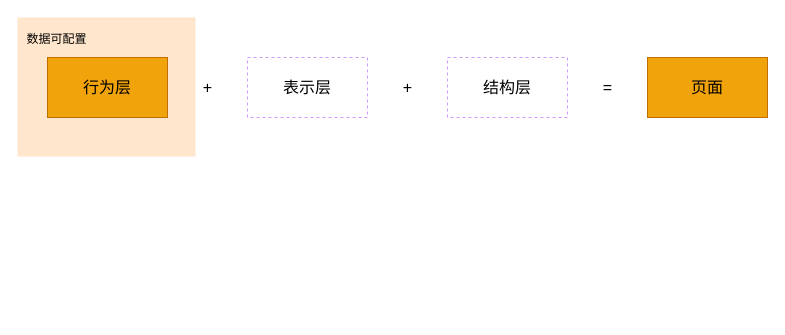
Earlier version of the draw.io diagram page "配置平台4" (8 of 12) of Untitled Diagram.drawio (zyx1992/hexoDocs). Source tidied: cells renumbered, new cells numbered last; positions are measured from the earlier drawing's top-left corner, leaving out a move shared by most shapes. Both pictures are drawn from the tidied source at 100%, with x=0, y=0 at pixel (17, 17).
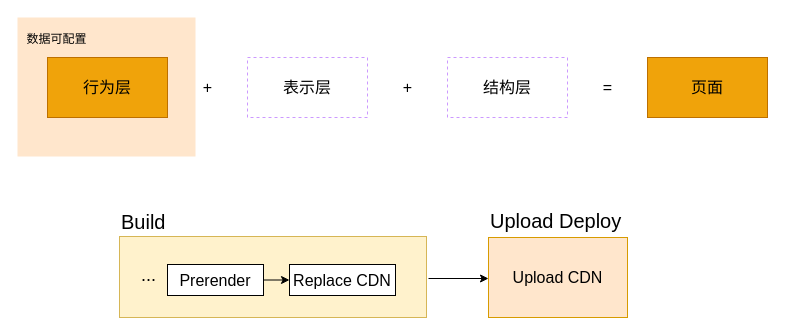
The same diagram, later.

What changed in the source:
```diff
@@
+    <mxCell id="11" style="rounded=0;whiteSpace=wrap;html=1;strokeWidth=1;fontSize=16;fillColor=#fff2cc;strokeColor=#d6b656;" parent="1" vertex="1">
+      <mxGeometry x="102" y="219" width="307" height="81" as="geometry" />
+    </mxCell>
+    <mxCell id="12" value="Prerender" style="rounded=0;whiteSpace=wrap;html=1;strokeWidth=1;fontSize=16;" parent="1" vertex="1">
+      <mxGeometry x="150" y="247" width="96" height="31" as="geometry" />
+    </mxCell>
+    <mxCell id="13" value="&lt;font color=&quot;#000000&quot; style=&quot;font-size: 18px&quot;&gt;...&lt;/font&gt;" style="text;html=1;strokeColor=none;fillColor=none;align=center;verticalAlign=middle;whiteSpace=wrap;rounded=0;fontSize=15;fontColor=#FF9933;" parent="1" vertex="1">
+      <mxGeometry x="100" y="247" width="63" height="22" as="geometry" />
+    </mxCell>
+    <mxCell id="14" value="Replace CDN" style="rounded=0;whiteSpace=wrap;html=1;strokeWidth=1;fontSize=16;" parent="1" vertex="1">
+      <mxGeometry x="272" y="247" width="106" height="31" as="geometry" />
+    </mxCell>
+    <mxCell id="15" value="Upload CDN" style="rounded=0;whiteSpace=wrap;html=1;strokeWidth=1;fillColor=#ffe6cc;fontSize=16;strokeColor=#d79b00;" parent="1" vertex="1">
+      <mxGeometry x="471" y="220" width="139" height="80" as="geometry" />
+    </mxCell>
+    <mxCell id="16" style="endArrow=classic;html=1;fontSize=15;fontColor=#FF9933;exitX=1;exitY=0.5;exitDx=0;exitDy=0;entryX=0;entryY=0.5;entryDx=0;entryDy=0;" parent="1" edge="1" source="12" target="14">
+      <mxGeometry relative="1" as="geometry" />
+    </mxCell>
+    <mxCell id="17" style="endArrow=classic;html=1;fontSize=15;fontColor=#FF9933;" parent="1" edge="1">
+      <mxGeometry relative="1" as="geometry">
+        <mxPoint x="411" y="261" as="sourcePoint" />
+        <mxPoint x="471" y="261" as="targetPoint" />
+      </mxGeometry>
+    </mxCell>
+    <mxCell id="18" value="Build" style="text;html=1;strokeColor=none;fillColor=none;align=left;verticalAlign=middle;whiteSpace=wrap;rounded=0;fontSize=20;fontStyle=0;" parent="1" vertex="1">
+      <mxGeometry x="102" y="194" width="40" height="20" as="geometry" />
+    </mxCell>
+    <mxCell id="19" value="Upload Deploy" style="text;html=1;strokeColor=none;fillColor=none;align=left;verticalAlign=middle;whiteSpace=wrap;rounded=0;fontSize=20;fontStyle=0;" parent="1" vertex="1">
+      <mxGeometry x="471" y="193" width="150" height="20" as="geometry" />
+    </mxCell>
```
